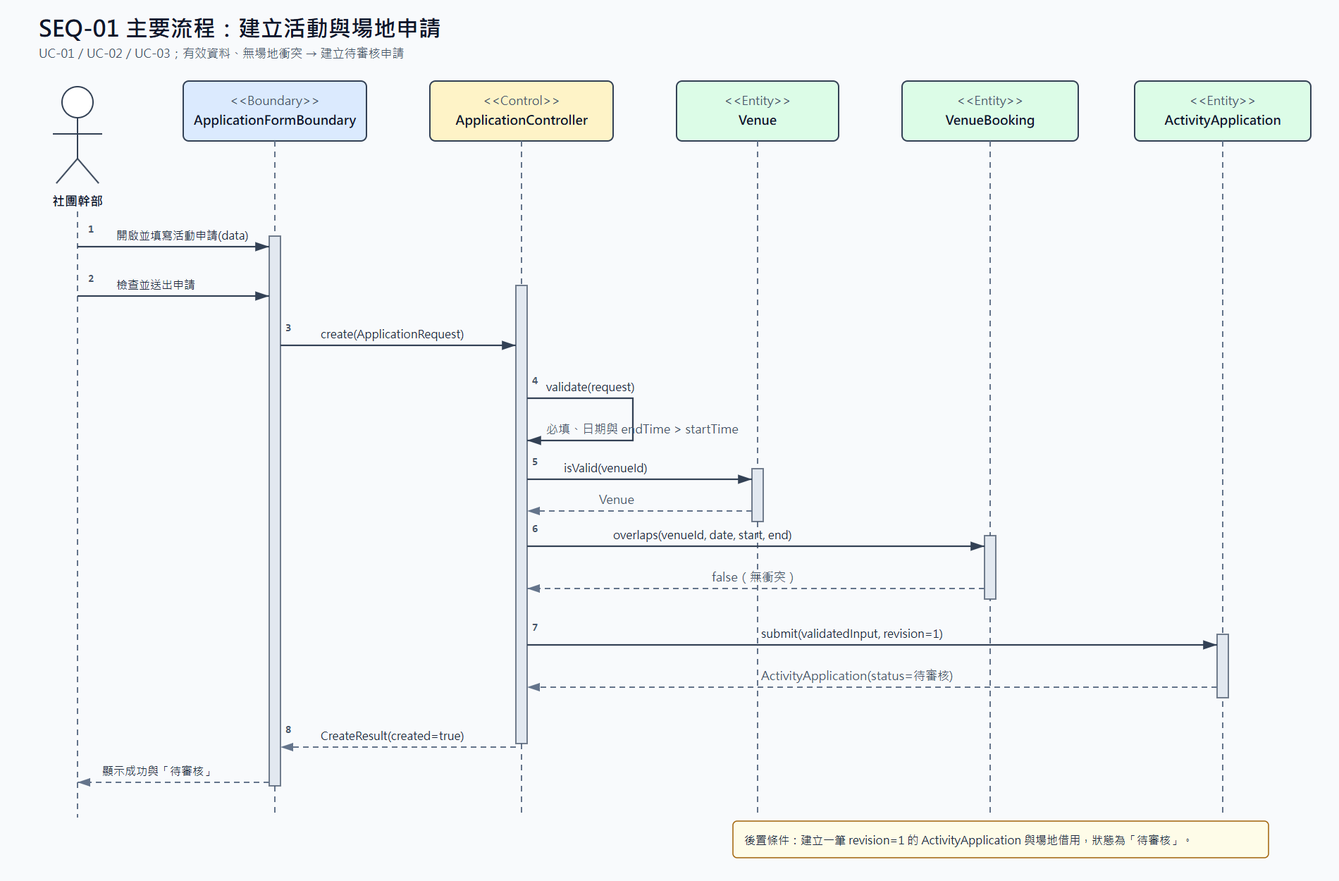
Before: 0727_Object_Oriented_Analysis/sequence_main.png, a diagram exported from Mermaid (412638123/TKU_114-3_SAD_Group05). Its source is kept beside it as 0727_Object_Oriented_Analysis/sequence_diagram_sources/sequence_main.mmd.
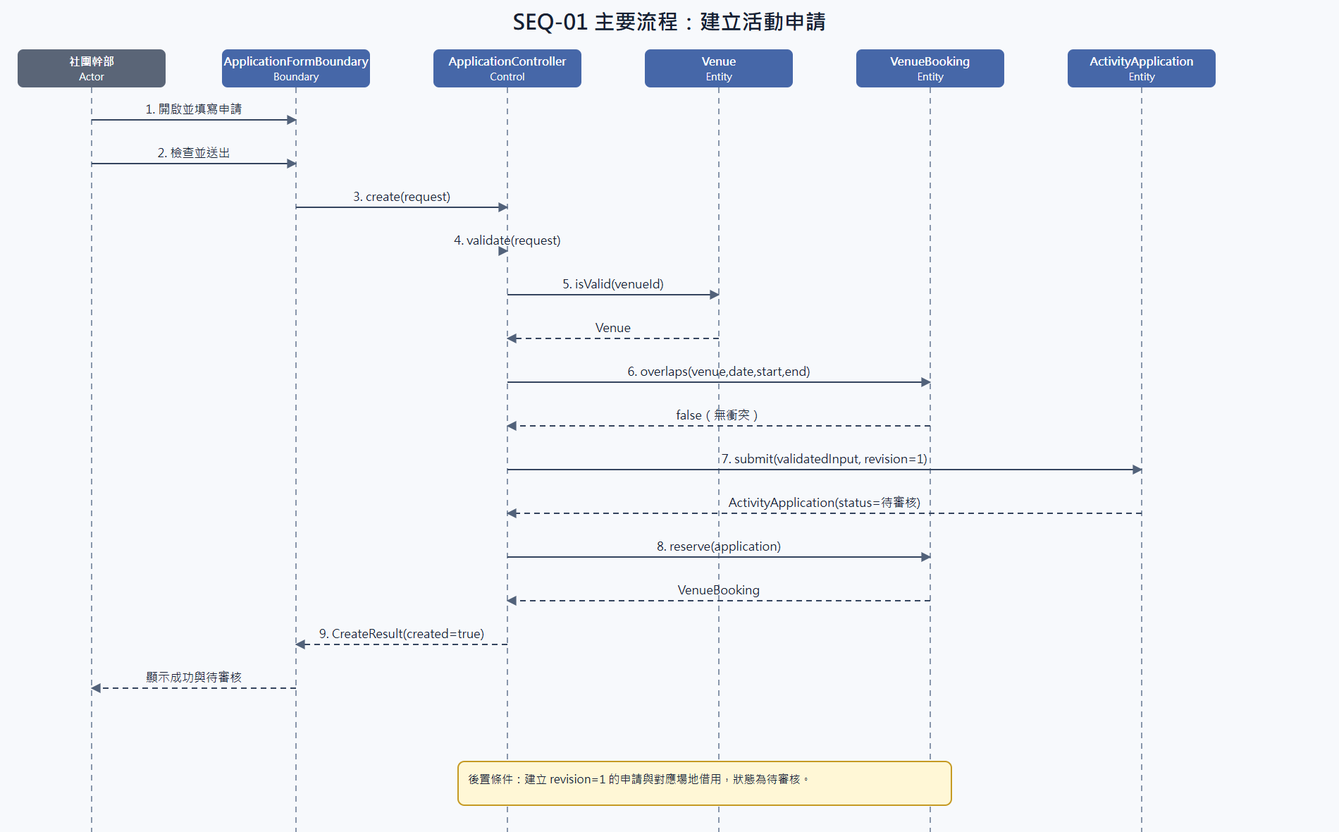
Above is the later version.

Diff of the diagram source:
```diff
@@ -26,6 +26,10 @@
 activate Application
 Application-->>Controller: ActivityApplication(status=待審核)
 deactivate Application
+Controller->>Booking: reserve(application)
+activate Booking
+Booking-->>Controller: VenueBooking
+deactivate Booking
 Controller-->>Form: CreateResult(created=true)
 deactivate Controller
 Form-->>Officer: 顯示成功與「待審核」
```
